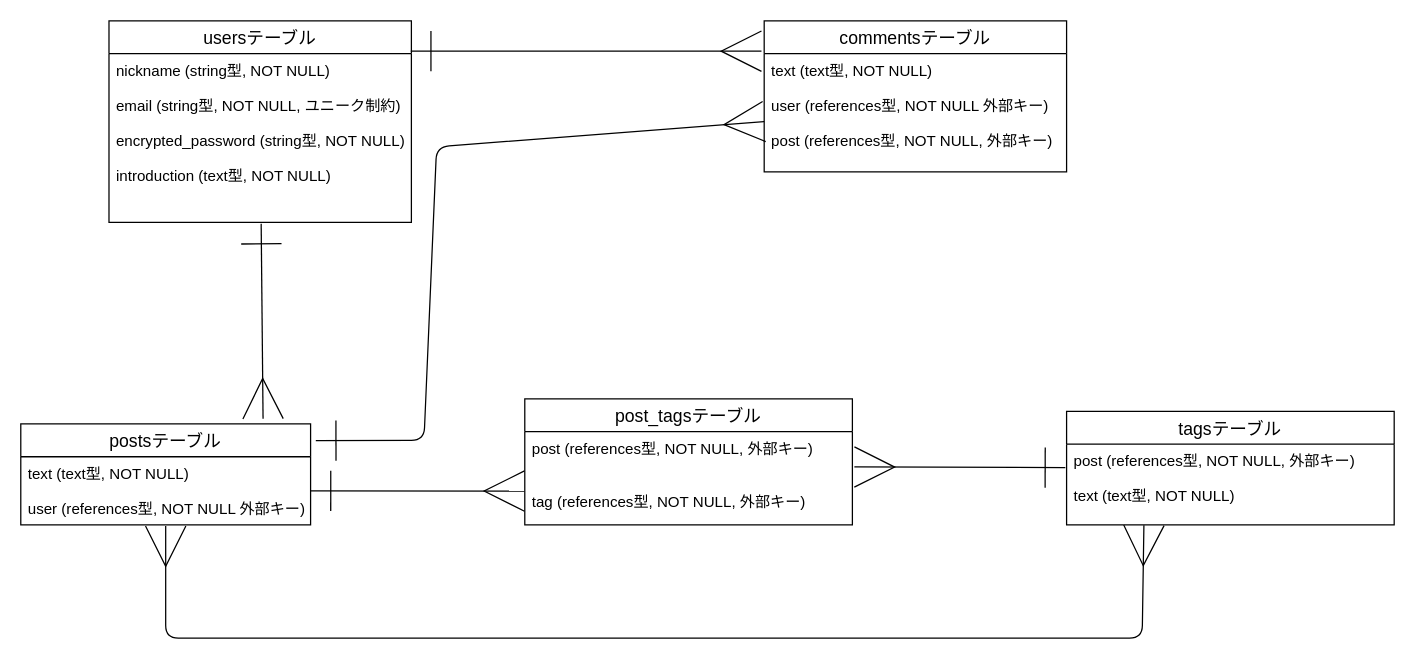
The draw.io diagram repeatstudy.dio in mth3428/repeatstudy, before the edit. Source tidied: cells renumbered, new cells numbered last; positions are measured from the earlier drawing's top-left corner, leaving out a move shared by most shapes. Both pictures are drawn from the tidied source at 126%, with x=0, y=0 at pixel (20, 20).
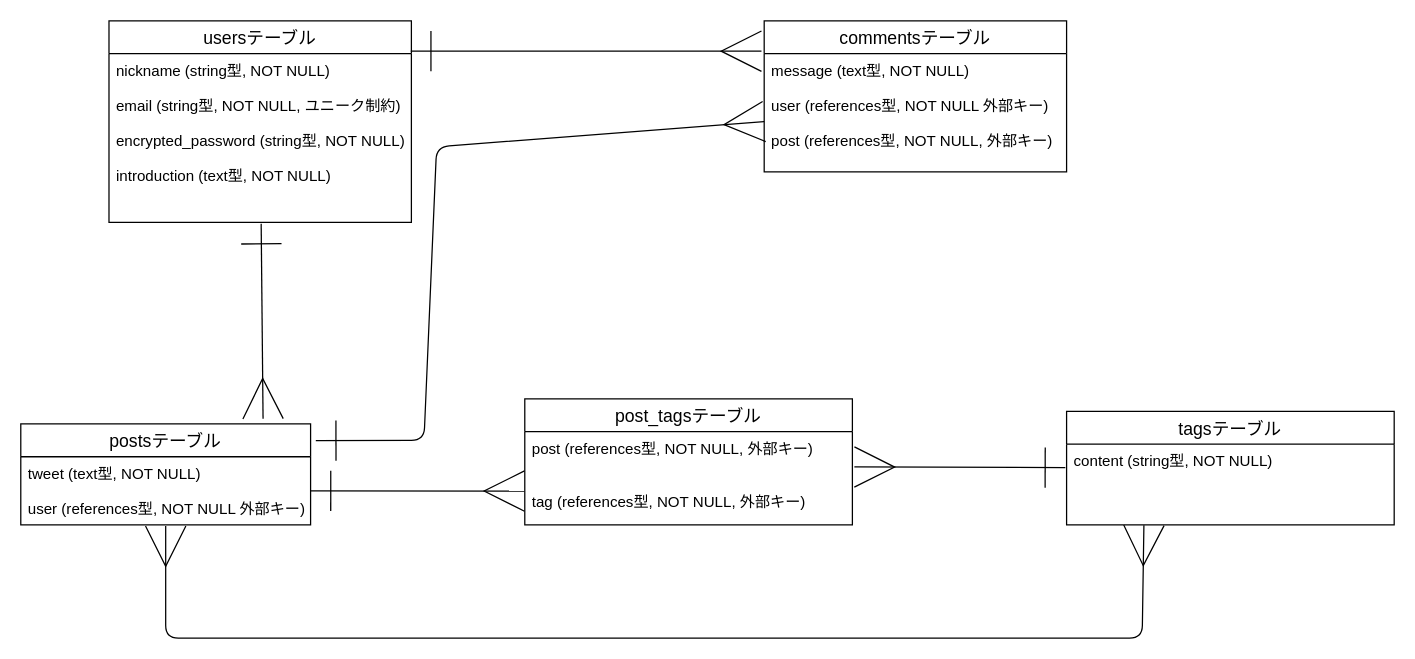
Above is the later version.

Commit message (it also covers changes not shown here):
READMEにテーブルの情報を記述とER図の修正

The change refers to these unchanged cells:
```xml
<mxCell id="3" value="postsテーブル" style="swimlane;fontStyle=0;horizontal=1;startSize=26;align=center;fontSize=14;" parent="1" vertex="1">
  <mxGeometry y="320" width="230" height="80" as="geometry" />
</mxCell>
<mxCell id="8" value="commentsテーブル" style="swimlane;fontStyle=0;horizontal=1;startSize=26;align=center;fontSize=14;" parent="1" vertex="1">
  <mxGeometry x="590" width="240" height="120" as="geometry" />
</mxCell>
<mxCell id="11" value="tagsテーブル" style="swimlane;fontStyle=0;horizontal=1;startSize=26;align=center;fontSize=14;" parent="1" vertex="1">
  <mxGeometry x="830" y="310" width="260" height="90" as="geometry" />
</mxCell>
```

The edit, as a diff of the source:
```diff
@@
-    <mxCell id="4" value="text (text型, NOT NULL)&#10;&#10;user (references型, NOT NULL 外部キー)&#10;&#10;&#10;" style="text;strokeColor=none;fillColor=none;spacingLeft=4;spacingRight=4;overflow=hidden;points=[[0,0.5],[1,0.5]];portConstraint=eastwest;fontSize=12;" parent="3" vertex="1">
+    <mxCell id="4" value="tweet (text型, NOT NULL)&#10;&#10;user (references型, NOT NULL 外部キー)&#10;&#10;&#10;" style="text;strokeColor=none;fillColor=none;spacingLeft=4;spacingRight=4;overflow=hidden;points=[[0,0.5],[1,0.5]];portConstraint=eastwest;fontSize=12;" parent="3" vertex="1">
       <mxGeometry y="26" width="230" height="54" as="geometry" />
     </mxCell>
@@
-    <mxCell id="9" value="text (text型, NOT NULL)&#10;&#10;user (references型, NOT NULL 外部キー)&#10;&#10;post (references型, NOT NULL, 外部キー)&#10;&#10;" style="text;strokeColor=none;fillColor=none;spacingLeft=4;spacingRight=4;overflow=hidden;points=[[0,0.5],[1,0.5]];portConstraint=eastwest;fontSize=12;" parent="8" vertex="1">
+    <mxCell id="9" value="message (text型, NOT NULL)&#10;&#10;user (references型, NOT NULL 外部キー)&#10;&#10;post (references型, NOT NULL, 外部キー)&#10;&#10;" style="text;strokeColor=none;fillColor=none;spacingLeft=4;spacingRight=4;overflow=hidden;points=[[0,0.5],[1,0.5]];portConstraint=eastwest;fontSize=12;" parent="8" vertex="1">
       <mxGeometry y="26" width="240" height="94" as="geometry" />
     </mxCell>
@@
-    <mxCell id="12" value="post (references型, NOT NULL, 外部キー)&#10;&#10;text (text型, NOT NULL)&#10;" style="text;strokeColor=none;fillColor=none;spacingLeft=4;spacingRight=4;overflow=hidden;points=[[0,0.5],[1,0.5]];portConstraint=eastwest;fontSize=12;" parent="11" vertex="1">
+    <mxCell id="12" value="content (string型, NOT NULL)&#10;" style="text;strokeColor=none;fillColor=none;spacingLeft=4;spacingRight=4;overflow=hidden;points=[[0,0.5],[1,0.5]];portConstraint=eastwest;fontSize=12;" parent="11" vertex="1">
       <mxGeometry y="26" width="260" height="64" as="geometry" />
     </mxCell>
```
